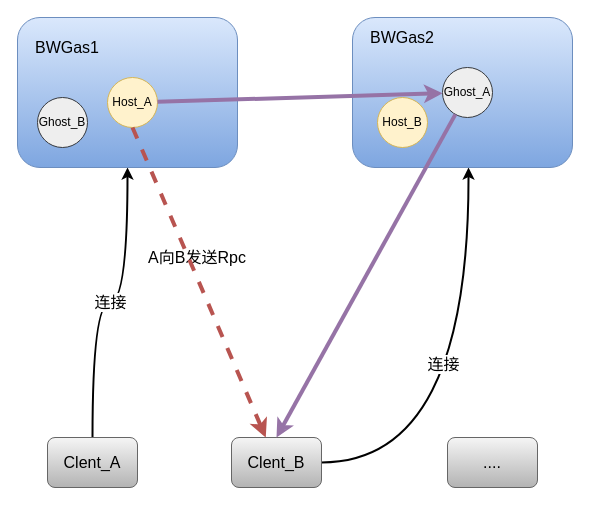
Before: page "Page-6" (6 of 15) of img/Untitled Diagram.drawio in lixiang-share/jiuguang-blob, a draw.io diagram. Source tidied: cells renumbered, new cells numbered last; positions are measured from the earlier drawing's top-left corner, leaving out a move shared by most shapes. Both pictures are drawn from the tidied source at 100%, with x=0, y=0 at pixel (17, 17).
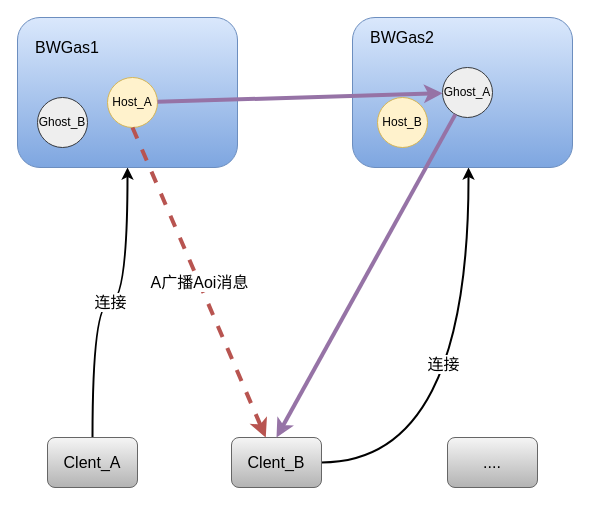
The same diagram, later.

Unchanged cells that the change refers to:
```xml
<mxCell id="6" value="&lt;font style=&quot;font-size: 16px&quot;&gt;Clent_B&lt;/font&gt;" style="rounded=1;whiteSpace=wrap;html=1;fillColor=#f5f5f5;gradientColor=#b3b3b3;strokeColor=#666666;" parent="1" vertex="1">
  <mxGeometry x="214" y="420" width="90" height="50" as="geometry" />
</mxCell>
<mxCell id="10" value="Host_A" style="ellipse;whiteSpace=wrap;html=1;fillColor=#fff2cc;strokeColor=#d6b656;" parent="1" vertex="1">
  <mxGeometry x="90" y="60" width="50" height="50" as="geometry" />
</mxCell>
```

What changed in the source:
```diff
@@
-    <mxCell id="18" value="&lt;font style=&quot;font-size: 16px&quot;&gt;A向B发送Rpc&lt;/font&gt;" style="text;html=1;strokeColor=none;fillColor=none;align=center;verticalAlign=middle;whiteSpace=wrap;rounded=0;" parent="1" vertex="1">
-      <mxGeometry x="120" y="230" width="120" height="20" as="geometry" />
-    </mxCell>
-    <mxCell id="19" style="endArrow=classic;html=1;strokeWidth=4;fillColor=#f8cecc;strokeColor=#b85450;exitX=0.5;exitY=1;exitDx=0;exitDy=0;dashed=1;" parent="1" edge="1" source="10" target="6">
+    <mxCell id="19" value="&lt;font style=&quot;font-size: 16px&quot;&gt;A广播Aoi消息&lt;/font&gt;" style="endArrow=classic;html=1;strokeWidth=4;fillColor=#f8cecc;strokeColor=#b85450;exitX=0.5;exitY=1;exitDx=0;exitDy=0;dashed=1;" parent="1" edge="1" source="10" target="6">
       <mxGeometry relative="1" as="geometry" />
     </mxCell>
```
